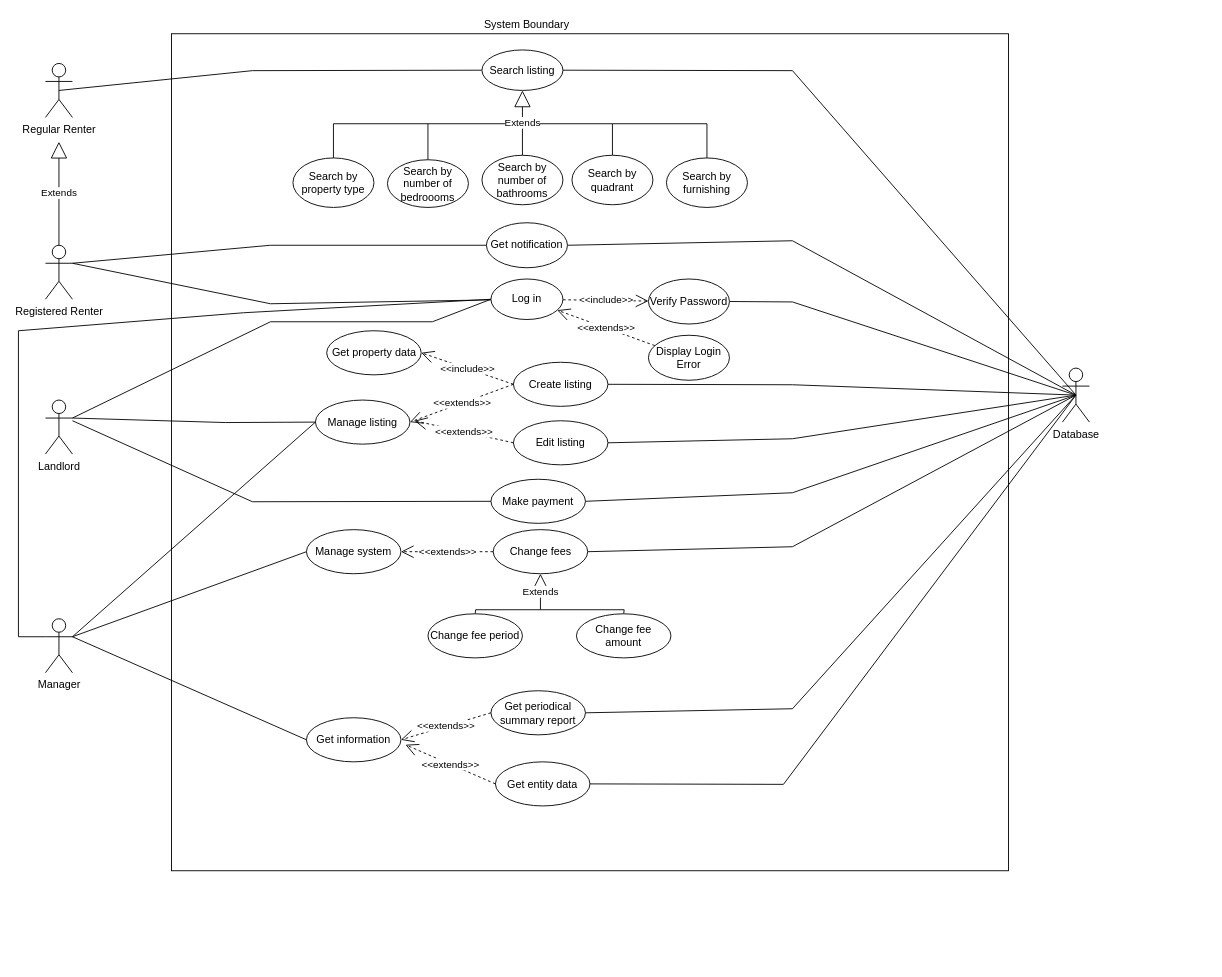
Above: ENSF480FinalProjectUseCaseDiagram.drawio in ryan-holt/ENSF480FinalProject (draw.io), before the change. Source tidied: cells renumbered, new cells numbered last; positions are measured from the earlier drawing's top-left corner, leaving out a move shared by most shapes. Both pictures are drawn from the tidied source at 90%, with x=0, y=0 at pixel (18, 15).
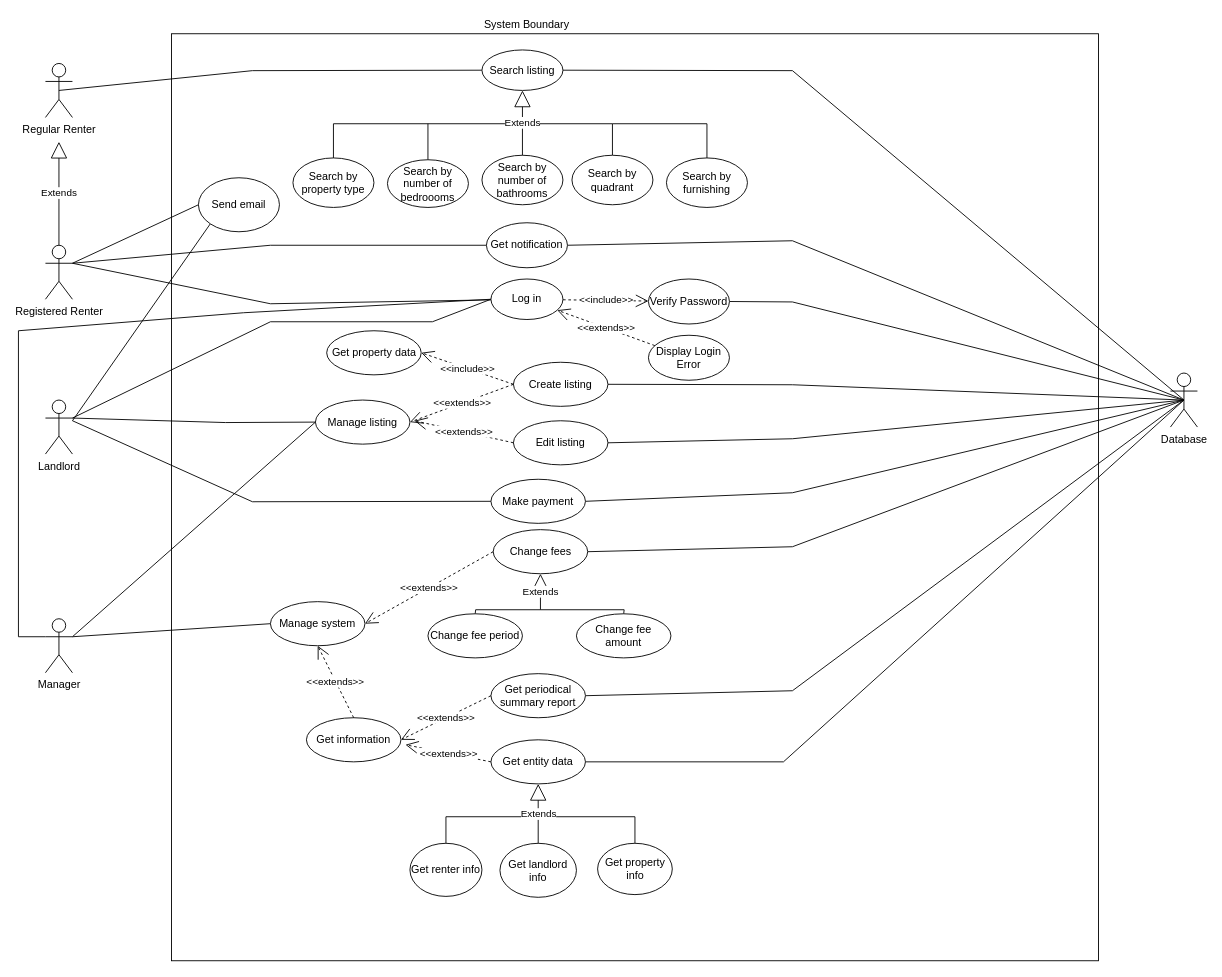
Above is the later version.

Commit message:
fixed usercase diagram after talking to gary

Unchanged cells that the change refers to:
```xml
<mxCell id="7" value="Registered Renter&lt;br&gt;" style="shape=umlActor;verticalLabelPosition=bottom;labelBackgroundColor=#ffffff;verticalAlign=top;html=1;outlineConnect=0;" parent="1" vertex="1">
  <mxGeometry x="30" y="255" width="30" height="60" as="geometry" />
</mxCell>
<mxCell id="17" value="Manager" style="shape=umlActor;verticalLabelPosition=bottom;labelBackgroundColor=#ffffff;verticalAlign=top;html=1;outlineConnect=0;" parent="1" vertex="1">
  <mxGeometry x="30" y="670" width="30" height="60" as="geometry" />
</mxCell>
<mxCell id="58" value="Get information" style="ellipse;whiteSpace=wrap;html=1;" parent="1" vertex="1">
  <mxGeometry x="320" y="780" width="105" height="49" as="geometry" />
</mxCell>
```

What changed in the source:
```diff
@@
     <mxCell id="2" style="whiteSpace=wrap;html=1;" parent="1" vertex="1">
-      <mxGeometry x="170" y="20" width="930" height="930" as="geometry" />
+      <mxGeometry x="170" y="20" width="1030" height="1030" as="geometry" />
     </mxCell>
@@
+    <mxCell id="67" style="rounded=0;jettySize=auto;html=1;exitX=1;exitY=0.3333333333333333;exitDx=0;exitDy=0;exitPerimeter=0;entryX=0;entryY=0.5;entryDx=0;entryDy=0;endArrow=none;endFill=0;" parent="1" edge="1" source="7" target="69">
+      <mxGeometry relative="1" as="geometry" />
+    </mxCell>
@@
-    <mxCell id="16" style="edgeStyle=none;rounded=0;jettySize=auto;html=1;exitX=1;exitY=0.3333333333333333;exitDx=0;exitDy=0;exitPerimeter=0;entryX=0;entryY=0.5;entryDx=0;entryDy=0;endArrow=none;endFill=0;" parent="1" edge="1" source="17" target="58">
-      <mxGeometry relative="1" as="geometry" />
-    </mxCell>
@@
     <mxCell id="22" value="Database" style="shape=umlActor;verticalLabelPosition=bottom;labelBackgroundColor=#ffffff;verticalAlign=top;html=1;" parent="1" vertex="1">
-      <mxGeometry x="1160" y="391.5" width="30" height="60" as="geometry" />
+      <mxGeometry x="1280" y="397" width="30" height="60" as="geometry" />
     </mxCell>
@@
     <mxCell id="49" value="Manage system" style="ellipse;whiteSpace=wrap;html=1;" parent="1" vertex="1">
-      <mxGeometry x="320" y="571" width="105" height="49" as="geometry" />
+      <mxGeometry x="280" y="651" width="105" height="49" as="geometry" />
     </mxCell>
@@
     <mxCell id="59" style="edgeStyle=none;rounded=0;jettySize=auto;html=1;exitX=1;exitY=0.5;exitDx=0;exitDy=0;entryX=0.5;entryY=0.5;entryDx=0;entryDy=0;entryPerimeter=0;endArrow=none;endFill=0;" parent="1" edge="1" source="60" target="22">
       <mxGeometry relative="1" as="geometry">
         <Array as="points">
-          <mxPoint x="860" y="770" />
+          <mxPoint x="860" y="750" />
         </Array>
       </mxGeometry>
     </mxCell>
     <mxCell id="60" value="Get periodical summary report" style="ellipse;whiteSpace=wrap;html=1;" parent="1" vertex="1">
-      <mxGeometry x="525" y="750" width="105" height="49" as="geometry" />
+      <mxGeometry x="525" y="731" width="105" height="49" as="geometry" />
     </mxCell>
     <mxCell id="61" style="edgeStyle=none;rounded=0;jettySize=auto;html=1;exitX=1;exitY=0.5;exitDx=0;exitDy=0;endArrow=none;endFill=0;entryX=0.5;entryY=0.5;entryDx=0;entryDy=0;entryPerimeter=0;" parent="1" edge="1" source="62" target="22">
       <mxGeometry relative="1" as="geometry">
         <Array as="points">
-          <mxPoint x="850" y="854" />
+          <mxPoint x="850" y="829" />
         </Array>
       </mxGeometry>
     </mxCell>
     <mxCell id="62" value="Get entity data" style="ellipse;whiteSpace=wrap;html=1;" parent="1" vertex="1">
-      <mxGeometry x="530" y="829" width="105" height="49" as="geometry" />
+      <mxGeometry x="525" y="804.5" width="105" height="49" as="geometry" />
     </mxCell>
@@
+    <mxCell id="68" style="edgeStyle=none;rounded=0;jettySize=auto;html=1;exitX=0;exitY=1;exitDx=0;exitDy=0;endArrow=none;endFill=0;" parent="1" edge="1" source="69">
+      <mxGeometry relative="1" as="geometry">
+        <mxPoint x="60" y="450" as="targetPoint" />
+      </mxGeometry>
+    </mxCell>
+    <mxCell id="69" value="Send email" style="ellipse;whiteSpace=wrap;html=1;" parent="1" vertex="1">
+      <mxGeometry x="200" y="180" width="90" height="60" as="geometry" />
+    </mxCell>
+    <mxCell id="70" value="&amp;lt;&amp;lt;extends&amp;gt;&amp;gt;" style="endArrow=open;endSize=12;dashed=1;html=1;exitX=0.5;exitY=0;exitDx=0;exitDy=0;entryX=0.5;entryY=1;entryDx=0;entryDy=0;" parent="1" edge="1" source="58" target="49">
+      <mxGeometry relative="1" as="geometry" />
+    </mxCell>
+    <mxCell id="71" style="edgeStyle=none;rounded=0;jettySize=auto;html=1;exitX=0.5;exitY=0;exitDx=0;exitDy=0;endArrow=none;endFill=0;" parent="1" edge="1" source="72">
+      <mxGeometry relative="1" as="geometry">
+        <mxPoint x="570" y="890" as="targetPoint" />
+        <Array as="points">
+          <mxPoint x="475" y="890" />
+        </Array>
+      </mxGeometry>
+    </mxCell>
+    <mxCell id="72" value="Get renter info" style="ellipse;whiteSpace=wrap;html=1;" parent="1" vertex="1">
+      <mxGeometry x="435" y="919.5" width="80" height="59" as="geometry" />
+    </mxCell>
+    <mxCell id="73" value="Get landlord info" style="ellipse;whiteSpace=wrap;html=1;" parent="1" vertex="1">
+      <mxGeometry x="535" y="919.5" width="85" height="60" as="geometry" />
+    </mxCell>
+    <mxCell id="74" style="edgeStyle=none;rounded=0;jettySize=auto;html=1;exitX=0.5;exitY=0;exitDx=0;exitDy=0;endArrow=none;endFill=0;" parent="1" edge="1" source="75">
+      <mxGeometry relative="1" as="geometry">
+        <mxPoint x="570" y="890" as="targetPoint" />
+        <Array as="points">
+          <mxPoint x="685" y="890" />
+        </Array>
+      </mxGeometry>
+    </mxCell>
+    <mxCell id="75" value="Get property info" style="ellipse;whiteSpace=wrap;html=1;" parent="1" vertex="1">
+      <mxGeometry x="643.5" y="919.5" width="83" height="57" as="geometry" />
+    </mxCell>
+    <mxCell id="76" value="Extends" style="endArrow=block;endSize=16;endFill=0;html=1;entryX=0.5;entryY=1;entryDx=0;entryDy=0;exitX=0.5;exitY=0;exitDx=0;exitDy=0;" parent="1" edge="1" source="73" target="62">
+      <mxGeometry relative="1" as="geometry" />
+    </mxCell>
```
